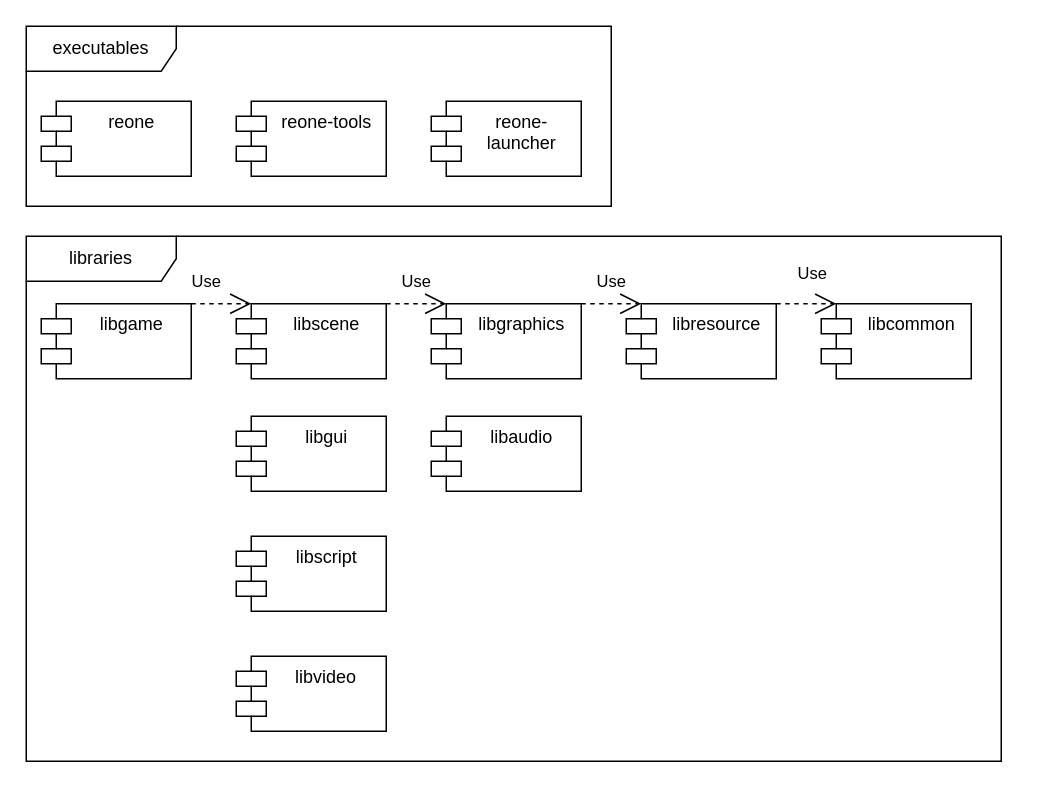
Earlier version of the draw.io diagram doc/diagram/modules.drawio (seedhartha/reone). Source tidied: cells renumbered, new cells numbered last; positions are measured from the earlier drawing's top-left corner, leaving out a move shared by most shapes. Both pictures are drawn from the tidied source at 150%, with x=0, y=0 at pixel (26, 26).
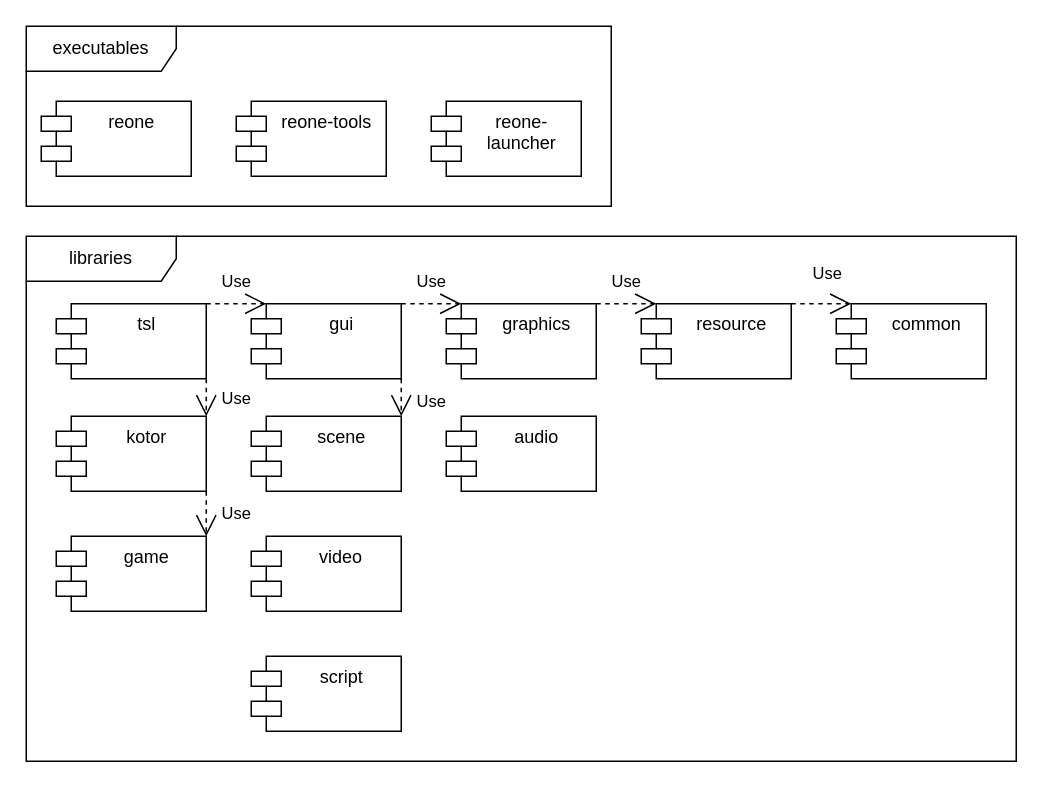
The same page after the edit.

Change to the diagram source:
```diff
@@
     <mxCell id="3" value="libraries" style="shape=umlFrame;whiteSpace=wrap;html=1;width=100;height=30;" parent="1" vertex="1">
-      <mxGeometry y="140" width="650" height="350" as="geometry" />
+      <mxGeometry y="140" width="660" height="350" as="geometry" />
     </mxCell>
-    <mxCell id="4" value="libgame" style="shape=module;align=center;spacingLeft=20;align=center;verticalAlign=top;html=1;labelPosition=center;verticalLabelPosition=middle;" parent="1" vertex="1">
-      <mxGeometry x="10" y="185" width="100" height="50" as="geometry" />
-    </mxCell>
-    <mxCell id="5" value="libcommon" style="shape=module;align=left;spacingLeft=20;align=center;verticalAlign=top;html=1;" parent="1" vertex="1">
-      <mxGeometry x="530" y="185" width="100" height="50" as="geometry" />
+    <mxCell id="5" value="common" style="shape=module;align=left;spacingLeft=20;align=center;verticalAlign=top;html=1;" parent="1" vertex="1">
+      <mxGeometry x="540" y="185" width="100" height="50" as="geometry" />
     </mxCell>
-    <mxCell id="6" value="libaudio" style="shape=module;align=left;spacingLeft=20;align=center;verticalAlign=top;html=1;" parent="1" vertex="1">
-      <mxGeometry x="270" y="260" width="100" height="50" as="geometry" />
+    <mxCell id="6" value="audio" style="shape=module;align=left;spacingLeft=20;align=center;verticalAlign=top;html=1;" parent="1" vertex="1">
+      <mxGeometry x="280" y="260" width="100" height="50" as="geometry" />
     </mxCell>
-    <mxCell id="7" value="libgraphics" style="shape=module;align=left;spacingLeft=20;align=center;verticalAlign=top;html=1;" parent="1" vertex="1">
-      <mxGeometry x="270" y="185" width="100" height="50" as="geometry" />
+    <mxCell id="7" value="graphics" style="shape=module;align=left;spacingLeft=20;align=center;verticalAlign=top;html=1;" parent="1" vertex="1">
+      <mxGeometry x="280" y="185" width="100" height="50" as="geometry" />
     </mxCell>
-    <mxCell id="8" value="libresource" style="shape=module;align=left;spacingLeft=20;align=center;verticalAlign=top;html=1;" parent="1" vertex="1">
-      <mxGeometry x="400" y="185" width="100" height="50" as="geometry" />
+    <mxCell id="8" value="resource" style="shape=module;align=left;spacingLeft=20;align=center;verticalAlign=top;html=1;" parent="1" vertex="1">
+      <mxGeometry x="410" y="185" width="100" height="50" as="geometry" />
     </mxCell>
-    <mxCell id="9" value="libgui" style="shape=module;align=left;spacingLeft=20;align=center;verticalAlign=top;html=1;" parent="1" vertex="1">
-      <mxGeometry x="140" y="260" width="100" height="50" as="geometry" />
+    <mxCell id="9" value="scene" style="shape=module;align=left;spacingLeft=20;align=center;verticalAlign=top;html=1;" parent="1" vertex="1">
+      <mxGeometry x="150" y="260" width="100" height="50" as="geometry" />
     </mxCell>
-    <mxCell id="10" value="libscene" style="shape=module;align=left;spacingLeft=20;align=center;verticalAlign=top;html=1;" parent="1" vertex="1">
-      <mxGeometry x="140" y="185" width="100" height="50" as="geometry" />
+    <mxCell id="10" value="gui" style="shape=module;align=left;spacingLeft=20;align=center;verticalAlign=top;html=1;" parent="1" vertex="1">
+      <mxGeometry x="150" y="185" width="100" height="50" as="geometry" />
     </mxCell>
-    <mxCell id="11" value="libscript" style="shape=module;align=left;spacingLeft=20;align=center;verticalAlign=top;html=1;" parent="1" vertex="1">
-      <mxGeometry x="140" y="340" width="100" height="50" as="geometry" />
+    <mxCell id="11" value="script" style="shape=module;align=left;spacingLeft=20;align=center;verticalAlign=top;html=1;" parent="1" vertex="1">
+      <mxGeometry x="150" y="420" width="100" height="50" as="geometry" />
     </mxCell>
-    <mxCell id="12" value="libvideo" style="shape=module;align=left;spacingLeft=20;align=center;verticalAlign=top;" parent="1" vertex="1">
-      <mxGeometry x="140" y="420" width="100" height="50" as="geometry" />
+    <mxCell id="12" value="video" style="shape=module;align=left;spacingLeft=20;align=center;verticalAlign=top;" parent="1" vertex="1">
+      <mxGeometry x="150" y="340" width="100" height="50" as="geometry" />
     </mxCell>
-    <mxCell id="13" value="Use" style="endArrow=open;endSize=12;dashed=1;html=1;exitX=1;exitY=0;exitDx=0;exitDy=0;entryX=0;entryY=0;entryDx=10;entryDy=0;entryPerimeter=0;" parent="1" edge="1" source="4" target="10">
-      <mxGeometry x="-0.5" y="15" relative="1" as="geometry" />
-    </mxCell>
@@
+    <mxCell id="21" value="game" style="shape=module;align=center;spacingLeft=20;align=center;verticalAlign=top;html=1;labelPosition=center;verticalLabelPosition=middle;" parent="1" vertex="1">
+      <mxGeometry x="20" y="340" width="100" height="50" as="geometry" />
+    </mxCell>
+    <mxCell id="22" value="kotor" style="shape=module;align=center;spacingLeft=20;align=center;verticalAlign=top;html=1;labelPosition=center;verticalLabelPosition=middle;" parent="1" vertex="1">
+      <mxGeometry x="20" y="260" width="100" height="50" as="geometry" />
+    </mxCell>
+    <mxCell id="23" value="tsl" style="shape=module;align=center;spacingLeft=20;align=center;verticalAlign=top;html=1;labelPosition=center;verticalLabelPosition=middle;" parent="1" vertex="1">
+      <mxGeometry x="20" y="185" width="100" height="50" as="geometry" />
+    </mxCell>
+    <mxCell id="24" value="Use" style="endArrow=open;endSize=12;dashed=1;html=1;rounded=0;edgeStyle=orthogonalEdgeStyle;exitX=1;exitY=0;exitDx=0;exitDy=0;entryX=0;entryY=0;entryDx=10;entryDy=0;entryPerimeter=0;" parent="1" edge="1" source="23" target="10">
+      <mxGeometry y="15" relative="1" as="geometry">
+        <Array as="points">
+          <mxPoint x="140" y="185" />
+          <mxPoint x="140" y="185" />
+        </Array>
+      </mxGeometry>
+    </mxCell>
+    <mxCell id="25" value="Use" style="endArrow=open;endSize=12;dashed=1;html=1;rounded=0;edgeStyle=orthogonalEdgeStyle;exitX=1;exitY=1;exitDx=0;exitDy=0;entryX=1;entryY=0;entryDx=0;entryDy=0;" parent="1" edge="1" source="23" target="22">
+      <mxGeometry y="20" relative="1" as="geometry" />
+    </mxCell>
+    <mxCell id="26" value="Use" style="endArrow=open;endSize=12;dashed=1;html=1;rounded=0;edgeStyle=orthogonalEdgeStyle;exitX=1;exitY=1;exitDx=0;exitDy=0;entryX=1;entryY=0;entryDx=0;entryDy=0;" parent="1" edge="1" source="22" target="21">
+      <mxGeometry y="20" relative="1" as="geometry" />
+    </mxCell>
+    <mxCell id="27" value="Use" style="endArrow=open;endSize=12;dashed=1;html=1;rounded=0;exitX=1;exitY=1;exitDx=0;exitDy=0;entryX=1;entryY=0;entryDx=0;entryDy=0;" parent="1" edge="1" source="10" target="9">
+      <mxGeometry x="0.2" y="20" relative="1" as="geometry" />
+    </mxCell>
```
